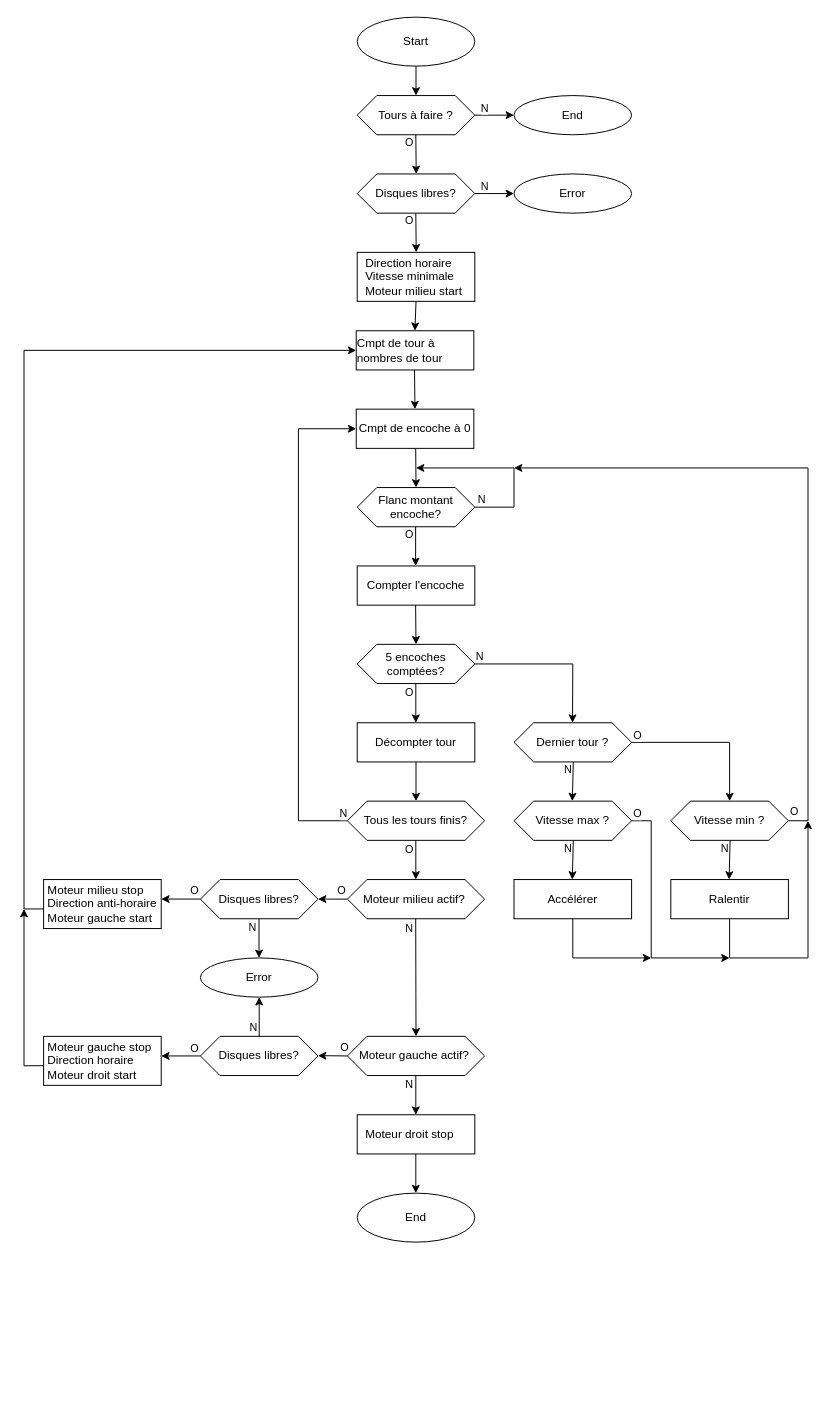
Before: doc/diags/auto_sequence.drawio in Schokiiiiiiii/csn26, a draw.io diagram. Source tidied: cells renumbered, new cells numbered last; positions are measured from the earlier drawing's top-left corner, leaving out a move shared by most shapes. Both pictures are drawn from the tidied source at 98%, with x=0, y=0 at pixel (24, 17).
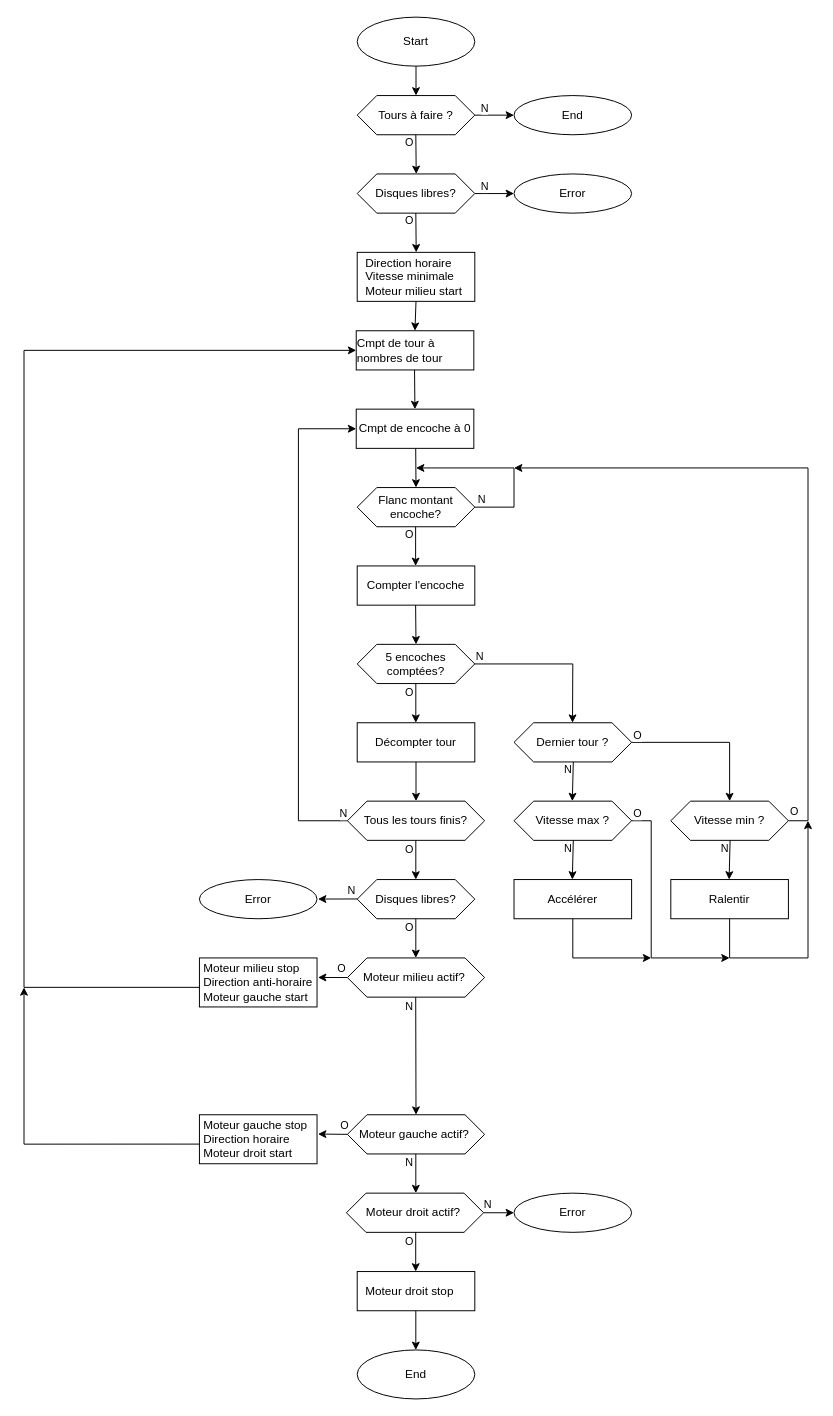
Above is the later version.

Commit message (it also covers changes not shown here):
FFRS et error fin tour auto

Unchanged cells that the change refers to:
```xml
<mxCell id="62" value="&lt;div align=&quot;left&quot;&gt;Cmpt de tour à nombres de tour&lt;/div&gt;" style="rounded=0;whiteSpace=wrap;html=1;" parent="1" vertex="1">
  <mxGeometry x="339" y="320" width="120" height="40" as="geometry" />
</mxCell>
```

The edit, as a diff of the source:
```diff
@@
     <mxCell id="19" value="Moteur milieu actif?&amp;nbsp;" style="shape=hexagon;perimeter=hexagonPerimeter2;whiteSpace=wrap;html=1;fixedSize=1;" parent="1" vertex="1">
-      <mxGeometry x="330" y="880" width="140" height="40" as="geometry" />
+      <mxGeometry x="330" y="960" width="140" height="40" as="geometry" />
     </mxCell>
     <mxCell id="20" value="&lt;div&gt;Moteur gauche actif?&amp;nbsp;&lt;/div&gt;" style="shape=hexagon;perimeter=hexagonPerimeter2;whiteSpace=wrap;html=1;fixedSize=1;" parent="1" vertex="1">
-      <mxGeometry x="330" y="1040" width="140" height="40" as="geometry" />
+      <mxGeometry x="330" y="1120" width="140" height="40" as="geometry" />
     </mxCell>
     <mxCell id="21" value="&lt;div align=&quot;left&quot;&gt;&amp;nbsp;Moteur milieu stop&amp;nbsp;&lt;br&gt;&amp;nbsp;Direction anti-horaire&lt;br&gt;&amp;nbsp;Moteur gauche start&lt;/div&gt;" style="rounded=0;whiteSpace=wrap;html=1;align=left;spacing=1;" parent="1" vertex="1">
-      <mxGeometry x="20" y="880" width="120" height="50" as="geometry" />
+      <mxGeometry x="179" y="960" width="120" height="50" as="geometry" />
     </mxCell>
     <mxCell id="22" value="&lt;div align=&quot;left&quot;&gt;&amp;nbsp;Moteur gauche stop&amp;nbsp;&lt;br&gt;&amp;nbsp;Direction horaire&lt;br&gt;&amp;nbsp;Moteur droit start&lt;/div&gt;" style="rounded=0;whiteSpace=wrap;html=1;align=left;spacing=1;" parent="1" vertex="1">
-      <mxGeometry x="20" y="1040" width="120" height="50" as="geometry" />
+      <mxGeometry x="179" y="1120" width="120" height="50" as="geometry" />
     </mxCell>
     <mxCell id="23" value="&amp;nbsp; Moteur droit stop" style="rounded=0;whiteSpace=wrap;html=1;align=left;" parent="1" vertex="1">
-      <mxGeometry x="340" y="1120" width="120" height="40" as="geometry" />
+      <mxGeometry x="340" y="1280" width="120" height="40" as="geometry" />
     </mxCell>
     <mxCell id="24" value="End" style="ellipse;whiteSpace=wrap;html=1;" parent="1" vertex="1">
-      <mxGeometry x="340" y="1200" width="120" height="50" as="geometry" />
+      <mxGeometry x="340" y="1360" width="120" height="50" as="geometry" />
     </mxCell>
@@
     <mxCell id="50" style="endArrow=classic;html=1;rounded=0;exitX=0.5;exitY=1;exitDx=0;exitDy=0;entryX=0.5;entryY=0;entryDx=0;entryDy=0;" parent="1" edge="1" target="20">
       <mxGeometry relative="1" as="geometry">
-        <mxPoint x="399.7" y="920" as="sourcePoint" />
+        <mxPoint x="399.7" y="1000" as="sourcePoint" />
       </mxGeometry>
     </mxCell>
@@
     <mxCell id="52" style="endArrow=classic;html=1;rounded=0;exitX=0.5;exitY=1;exitDx=0;exitDy=0;entryX=0.5;entryY=0;entryDx=0;entryDy=0;" parent="1" edge="1">
       <mxGeometry relative="1" as="geometry">
-        <mxPoint x="399.8" y="1080" as="sourcePoint" />
-        <mxPoint x="399.8" y="1120" as="targetPoint" />
+        <mxPoint x="399.8" y="1160" as="sourcePoint" />
+        <mxPoint x="399.8" y="1200" as="targetPoint" />
       </mxGeometry>
     </mxCell>
@@
     <mxCell id="54" style="endArrow=classic;html=1;rounded=0;exitX=0.5;exitY=1;exitDx=0;exitDy=0;entryX=0.5;entryY=0;entryDx=0;entryDy=0;" parent="1" edge="1">
       <mxGeometry relative="1" as="geometry">
-        <mxPoint x="399.8" y="1160" as="sourcePoint" />
-        <mxPoint x="399.8" y="1200" as="targetPoint" />
+        <mxPoint x="399.8" y="1320" as="sourcePoint" />
+        <mxPoint x="399.8" y="1360" as="targetPoint" />
       </mxGeometry>
     </mxCell>
     <mxCell id="55" style="endArrow=classic;html=1;rounded=0;exitX=0;exitY=0.5;exitDx=0;exitDy=0;" parent="1" edge="1" source="19">
       <mxGeometry relative="1" as="geometry">
-        <mxPoint x="300" y="899.9" as="targetPoint" />
+        <mxPoint x="300" y="979.9" as="targetPoint" />
       </mxGeometry>
     </mxCell>
@@
     <mxCell id="57" style="endArrow=classic;html=1;rounded=0;exitX=0;exitY=0.5;exitDx=0;exitDy=0;entryX=0.5;entryY=0;entryDx=0;entryDy=0;" parent="1" edge="1" source="20">
       <mxGeometry relative="1" as="geometry">
-        <mxPoint x="300" y="1059.7" as="targetPoint" />
+        <mxPoint x="300" y="1139.7" as="targetPoint" />
       </mxGeometry>
     </mxCell>
@@
     <mxCell id="59" style="endArrow=classic;html=1;rounded=0;entryX=0;entryY=0.5;entryDx=0;entryDy=0;exitX=0;exitY=0.6;exitDx=0;exitDy=0;exitPerimeter=0;" parent="1" edge="1" source="21" target="62">
       <mxGeometry relative="1" as="geometry">
         <Array as="points">
-          <mxPoint y="910" />
+          <mxPoint y="990" />
           <mxPoint y="340" />
         </Array>
       </mxGeometry>
     </mxCell>
     <mxCell id="60" style="endArrow=classic;html=1;rounded=0;exitX=-0.003;exitY=0.599;exitDx=0;exitDy=0;exitPerimeter=0;" parent="1" edge="1" source="22">
       <mxGeometry relative="1" as="geometry">
-        <mxPoint y="910" as="targetPoint" />
+        <mxPoint y="990" as="targetPoint" />
         <Array as="points">
-          <mxPoint y="1070" />
+          <mxPoint y="1150" />
         </Array>
       </mxGeometry>
     </mxCell>
@@
-    <mxCell id="77" value="Disques libres?" style="shape=hexagon;perimeter=hexagonPerimeter2;whiteSpace=wrap;html=1;fixedSize=1;" parent="1" vertex="1">
-      <mxGeometry x="180" y="880" width="120" height="40" as="geometry" />
-    </mxCell>
     <mxCell id="78" value="Error" style="ellipse;whiteSpace=wrap;html=1;" parent="1" vertex="1">
-      <mxGeometry x="180" y="960" width="120" height="40" as="geometry" />
+      <mxGeometry x="179" y="880" width="120" height="40" as="geometry" />
     </mxCell>
-    <mxCell id="79" value="Disques libres?" style="shape=hexagon;perimeter=hexagonPerimeter2;whiteSpace=wrap;html=1;fixedSize=1;" parent="1" vertex="1">
-      <mxGeometry x="180" y="1040" width="120" height="40" as="geometry" />
-    </mxCell>
-    <mxCell id="80" style="endArrow=classic;html=1;rounded=0;exitX=0;exitY=0.5;exitDx=0;exitDy=0;" parent="1" edge="1">
-      <mxGeometry relative="1" as="geometry">
-        <mxPoint x="180" y="1060" as="sourcePoint" />
-        <mxPoint x="140" y="1060" as="targetPoint" />
-      </mxGeometry>
-    </mxCell>
-    <mxCell id="81" value="O" style="edgeLabel;html=1;align=center;verticalAlign=middle;" parent="80" vertex="1">
-      <mxGeometry x="-0.36" relative="1" as="geometry">
-        <mxPoint x="6" y="-9" as="offset" />
-      </mxGeometry>
-    </mxCell>
-    <mxCell id="82" style="endArrow=classic;html=1;rounded=0;exitX=0;exitY=0.5;exitDx=0;exitDy=0;" parent="1" edge="1">
-      <mxGeometry relative="1" as="geometry">
-        <mxPoint x="180" y="899.9" as="sourcePoint" />
-        <mxPoint x="140" y="899.9" as="targetPoint" />
-      </mxGeometry>
-    </mxCell>
-    <mxCell id="83" value="O" style="edgeLabel;html=1;align=center;verticalAlign=middle;" parent="82" vertex="1">
-      <mxGeometry x="-0.36" relative="1" as="geometry">
-        <mxPoint x="6" y="-9" as="offset" />
-      </mxGeometry>
-    </mxCell>
-    <mxCell id="84" style="endArrow=classic;html=1;rounded=0;exitX=0.5;exitY=1;exitDx=0;exitDy=0;entryX=0.5;entryY=0;entryDx=0;entryDy=0;" parent="1" edge="1">
-      <mxGeometry relative="1" as="geometry">
-        <mxPoint x="239.8" y="920" as="sourcePoint" />
-        <mxPoint x="239.8" y="960" as="targetPoint" />
-      </mxGeometry>
-    </mxCell>
-    <mxCell id="85" value="N" style="edgeLabel;html=1;align=center;verticalAlign=middle;" parent="84" vertex="1">
-      <mxGeometry x="-0.36" relative="1" as="geometry">
-        <mxPoint x="-7" y="-5" as="offset" />
-      </mxGeometry>
-    </mxCell>
-    <mxCell id="86" style="endArrow=classic;html=1;rounded=0;exitX=0.5;exitY=0;exitDx=0;exitDy=0;entryX=0.5;entryY=1;entryDx=0;entryDy=0;" parent="1" edge="1" source="79" target="78">
-      <mxGeometry relative="1" as="geometry" />
-    </mxCell>
-    <mxCell id="87" value="N" style="edgeLabel;html=1;align=center;verticalAlign=middle;" parent="86" vertex="1">
-      <mxGeometry x="-0.36" relative="1" as="geometry">
-        <mxPoint x="-7" y="3" as="offset" />
-      </mxGeometry>
-    </mxCell>
+    <mxCell id="88" value="Disques libres?" style="shape=hexagon;perimeter=hexagonPerimeter2;whiteSpace=wrap;html=1;fixedSize=1;" parent="1" vertex="1">
+      <mxGeometry x="340" y="880" width="120" height="40" as="geometry" />
+    </mxCell>
+    <mxCell id="89" style="endArrow=classic;html=1;rounded=0;exitX=0.5;exitY=1;exitDx=0;exitDy=0;entryX=0.5;entryY=0;entryDx=0;entryDy=0;" parent="1" edge="1">
+      <mxGeometry relative="1" as="geometry">
+        <mxPoint x="399.8" y="920" as="sourcePoint" />
+        <mxPoint x="399.8" y="960" as="targetPoint" />
+      </mxGeometry>
+    </mxCell>
+    <mxCell id="90" value="O" style="edgeLabel;html=1;align=center;verticalAlign=middle;" parent="89" vertex="1">
+      <mxGeometry x="-0.36" relative="1" as="geometry">
+        <mxPoint x="-7" y="-5" as="offset" />
+      </mxGeometry>
+    </mxCell>
+    <mxCell id="91" style="endArrow=classic;html=1;rounded=0;exitX=0;exitY=0.5;exitDx=0;exitDy=0;" parent="1" edge="1">
+      <mxGeometry relative="1" as="geometry">
+        <mxPoint x="340" y="899.8" as="sourcePoint" />
+        <mxPoint x="300" y="899.9" as="targetPoint" />
+      </mxGeometry>
+    </mxCell>
+    <mxCell id="92" value="N" style="edgeLabel;html=1;align=center;verticalAlign=middle;" parent="91" vertex="1">
+      <mxGeometry x="-0.36" relative="1" as="geometry">
+        <mxPoint x="6" y="-9" as="offset" />
+      </mxGeometry>
+    </mxCell>
+    <mxCell id="93" value="&lt;div&gt;Moteur droit actif?&amp;nbsp;&lt;/div&gt;" style="shape=hexagon;perimeter=hexagonPerimeter2;whiteSpace=wrap;html=1;fixedSize=1;" parent="1" vertex="1">
+      <mxGeometry x="329" y="1200" width="140" height="40" as="geometry" />
+    </mxCell>
+    <mxCell id="94" value="Error" style="ellipse;whiteSpace=wrap;html=1;" parent="1" vertex="1">
+      <mxGeometry x="500" y="1200" width="120" height="40" as="geometry" />
+    </mxCell>
+    <mxCell id="95" style="endArrow=classic;html=1;rounded=0;exitX=0.5;exitY=1;exitDx=0;exitDy=0;entryX=0.5;entryY=0;entryDx=0;entryDy=0;" parent="1" edge="1">
+      <mxGeometry relative="1" as="geometry">
+        <mxPoint x="399.7" y="1240" as="sourcePoint" />
+        <mxPoint x="399.7" y="1280" as="targetPoint" />
+      </mxGeometry>
+    </mxCell>
+    <mxCell id="96" value="O" style="edgeLabel;html=1;align=center;verticalAlign=middle;" parent="95" vertex="1">
+      <mxGeometry x="-0.36" relative="1" as="geometry">
+        <mxPoint x="-7" y="-5" as="offset" />
+      </mxGeometry>
+    </mxCell>
+    <mxCell id="97" style="endArrow=classic;html=1;rounded=0;exitX=1;exitY=0.5;exitDx=0;exitDy=0;entryX=0;entryY=0.5;entryDx=0;entryDy=0;" parent="1" edge="1" source="93" target="94">
+      <mxGeometry relative="1" as="geometry" />
+    </mxCell>
+    <mxCell id="98" value="N" style="edgeLabel;html=1;align=center;verticalAlign=middle;" parent="97" vertex="1">
+      <mxGeometry x="-0.36" relative="1" as="geometry">
+        <mxPoint x="-7" y="-9" as="offset" />
+      </mxGeometry>
+    </mxCell>
```
